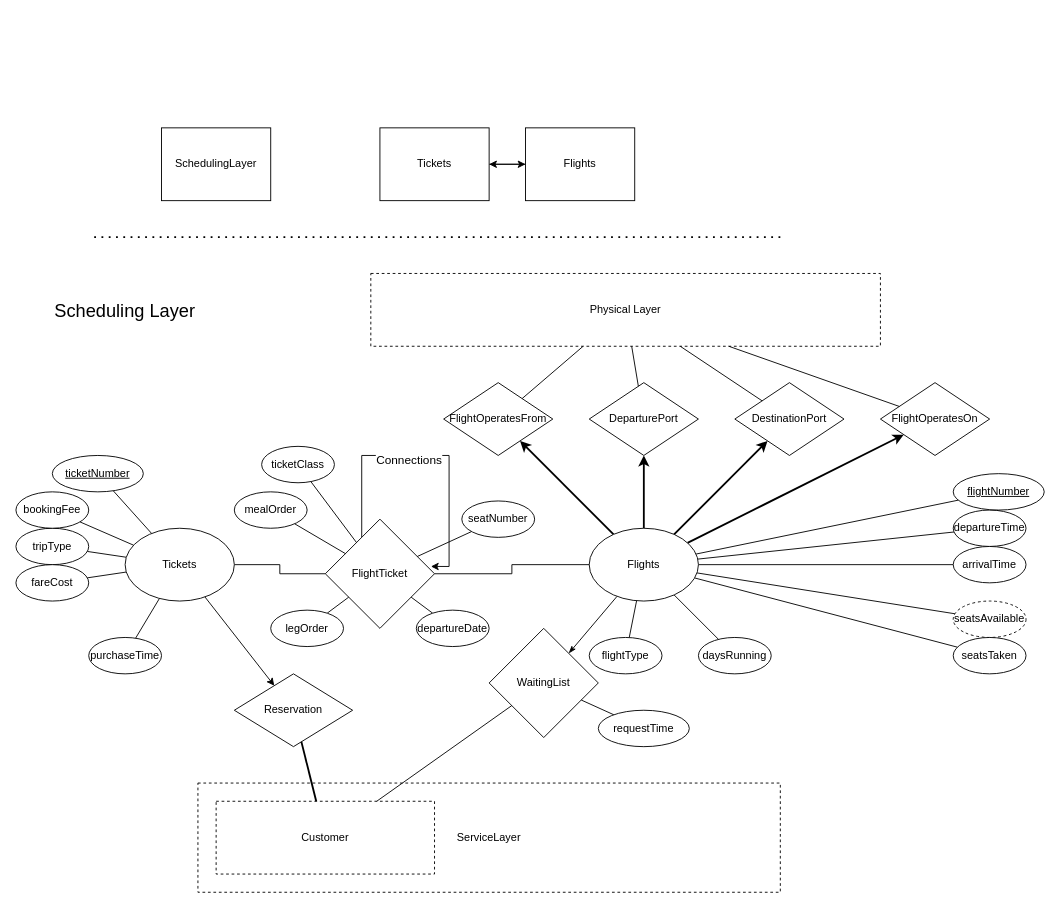
kyle4036/DatabaseManagement2026Project1 keeps this draw.io diagram as page "SchedulingLayer" (4 of 5) of ERDiagram.drawio. Above is the earlier version. Source tidied: cells renumbered, new cells numbered last; positions are measured from the earlier drawing's top-left corner, leaving out a move shared by most shapes. Both pictures are drawn from the tidied source at 91%, with x=0, y=0 at pixel (15, 127).
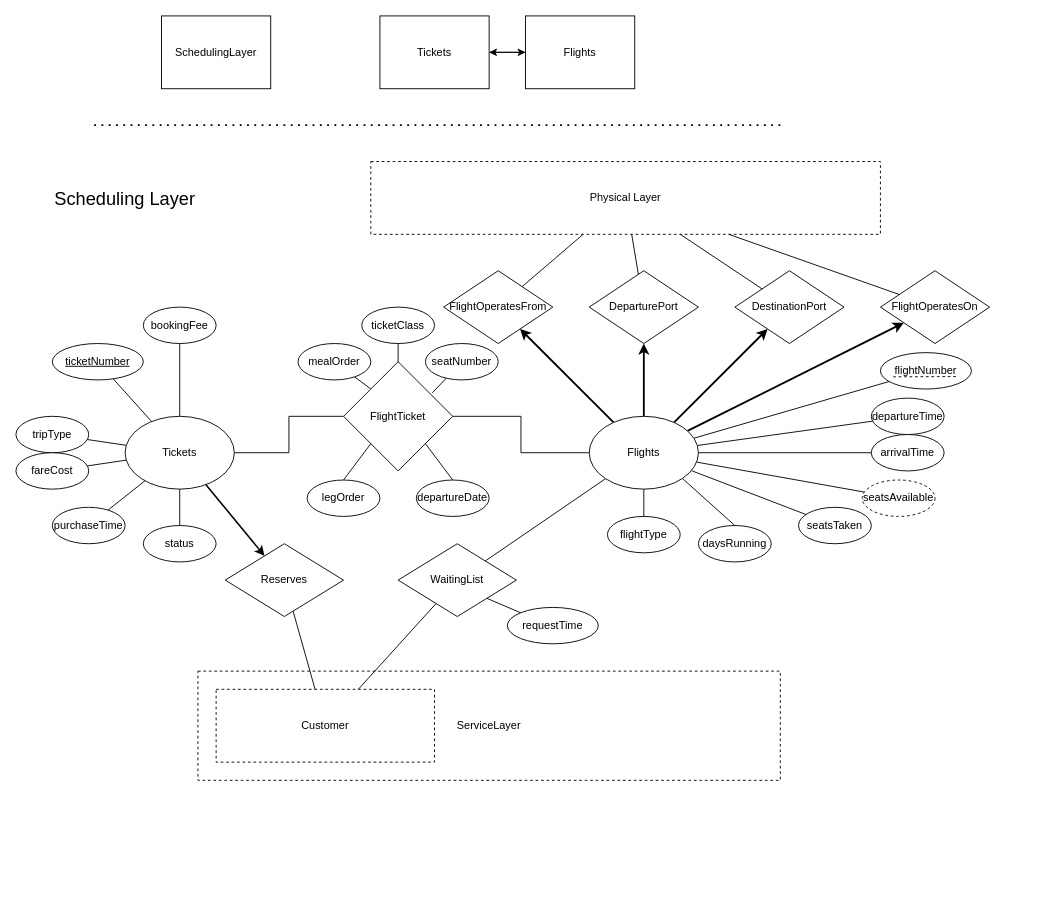
The same page after the edit.

The change refers to these unchanged cells:
```xml
<mxCell id="56" value="Customer" style="rounded=0;whiteSpace=wrap;html=1;dashed=1;" parent="54" vertex="1">
  <mxGeometry x="20" y="20" width="240" height="80" as="geometry" />
</mxCell>
```

The edit, as a diff of the source:
```diff
@@
     <mxCell id="3" value="Flights" style="whiteSpace=wrap;html=1;" parent="1" vertex="1">
-      <mxGeometry x="560" width="120" height="80" as="geometry" />
+      <mxGeometry x="560" y="-123" width="120" height="80" as="geometry" />
     </mxCell>
@@
     <mxCell id="5" value="Tickets" style="whiteSpace=wrap;html=1;" parent="1" vertex="1">
-      <mxGeometry x="400" width="120" height="80" as="geometry" />
+      <mxGeometry x="400" y="-123" width="120" height="80" as="geometry" />
     </mxCell>
     <mxCell id="6" value="SchedulingLayer" style="whiteSpace=wrap;html=1;" parent="1" vertex="1">
-      <mxGeometry x="160" width="120" height="80" as="geometry" />
+      <mxGeometry x="160" y="-123" width="120" height="80" as="geometry" />
     </mxCell>
     <mxCell id="7" style="endArrow=none;dashed=1;html=1;dashPattern=1 3;strokeWidth=2;rounded=0;" parent="1" edge="1">
       <mxGeometry relative="1" as="geometry">
-        <mxPoint x="840" y="120" as="sourcePoint" />
-        <mxPoint x="80" y="120" as="targetPoint" />
+        <mxPoint x="840" y="-3" as="sourcePoint" />
+        <mxPoint x="80" y="-3" as="targetPoint" />
       </mxGeometry>
     </mxCell>
     <mxCell id="8" value="&lt;font style=&quot;font-size: 20px;&quot;&gt;Scheduling Layer&lt;/font&gt;" style="text;html=1;whiteSpace=wrap;strokeColor=none;fillColor=none;align=center;verticalAlign=middle;rounded=0;" parent="1" vertex="1">
-      <mxGeometry x="40" y="160" width="160" height="80" as="geometry" />
+      <mxGeometry x="40" y="37" width="160" height="80" as="geometry" />
     </mxCell>
@@
-    <mxCell id="13" style="rounded=0;jettySize=auto;html=1;endArrow=none;endFill=0;" parent="1" edge="1" source="21" target="35">
-      <mxGeometry relative="1" as="geometry" />
-    </mxCell>
-    <mxCell id="14" style="rounded=0;jettySize=auto;html=1;endArrow=none;endFill=0;" parent="1" edge="1" source="21" target="36">
-      <mxGeometry relative="1" as="geometry" />
-    </mxCell>
@@
-    <mxCell id="20" style="rounded=0;jettySize=auto;html=1;endArrow=classicThin;endFill=1;" parent="1" edge="1" source="21" target="45">
+    <mxCell id="20" style="rounded=0;jettySize=auto;html=1;endArrow=none;endFill=0;" parent="1" edge="1" source="21" target="45">
       <mxGeometry relative="1" as="geometry" />
     </mxCell>
     <mxCell id="21" value="Flights" style="ellipse;whiteSpace=wrap;html=1;" parent="1" vertex="1">
-      <mxGeometry x="630" y="440" width="120" height="80" as="geometry" />
+      <mxGeometry x="630" y="317" width="120" height="80" as="geometry" />
     </mxCell>
@@
+    <mxCell id="75" style="rounded=0;jettySize=auto;html=1;endArrow=none;endFill=0;exitX=0.812;exitY=0.285;exitDx=0;exitDy=0;exitPerimeter=0;" parent="1" edge="1" source="42" target="64">
+      <mxGeometry relative="1" as="geometry" />
+    </mxCell>
@@
+    <mxCell id="76" style="rounded=0;jettySize=auto;html=1;endArrow=none;endFill=0;" parent="1" edge="1" source="42" target="66">
+      <mxGeometry relative="1" as="geometry" />
+    </mxCell>
+    <mxCell id="77" style="rounded=0;jettySize=auto;html=1;endArrow=none;endFill=0;exitX=0;exitY=0;exitDx=0;exitDy=0;" parent="1" edge="1" source="42" target="68">
+      <mxGeometry relative="1" as="geometry" />
+    </mxCell>
@@
     <mxCell id="28" value="Tickets" style="ellipse;whiteSpace=wrap;html=1;" parent="1" vertex="1">
-      <mxGeometry x="120" y="440" width="120" height="80" as="geometry" />
+      <mxGeometry x="120" y="317" width="120" height="80" as="geometry" />
     </mxCell>
     <mxCell id="29" value="Physical Layer" style="rounded=0;whiteSpace=wrap;html=1;dashed=1;" parent="1" vertex="1">
-      <mxGeometry x="390" y="160" width="560" height="80" as="geometry" />
+      <mxGeometry x="390" y="37" width="560" height="80" as="geometry" />
     </mxCell>
     <mxCell id="30" style="group;" parent="1" vertex="1">
-      <mxGeometry x="470" y="280" width="600" height="80" as="geometry" />
+      <mxGeometry x="470" y="157" width="600" height="80" as="geometry" />
     </mxCell>
@@
     <mxCell id="35" value="flightType" style="ellipse;whiteSpace=wrap;html=1;" parent="1" vertex="1">
-      <mxGeometry x="630" y="560" width="80" height="40" as="geometry" />
+      <mxGeometry x="650" y="427" width="80" height="40" as="geometry" />
     </mxCell>
     <mxCell id="36" value="daysRunning" style="ellipse;whiteSpace=wrap;html=1;" parent="1" vertex="1">
-      <mxGeometry x="750" y="560" width="80" height="40" as="geometry" />
+      <mxGeometry x="750" y="437" width="80" height="40" as="geometry" />
     </mxCell>
     <mxCell id="37" value="departureTime" style="ellipse;whiteSpace=wrap;html=1;" parent="1" vertex="1">
-      <mxGeometry x="1030" y="420" width="80" height="40" as="geometry" />
+      <mxGeometry x="940" y="297" width="80" height="40" as="geometry" />
     </mxCell>
     <mxCell id="38" value="arrivalTime" style="ellipse;whiteSpace=wrap;html=1;" parent="1" vertex="1">
-      <mxGeometry x="1030" y="460" width="80" height="40" as="geometry" />
+      <mxGeometry x="940" y="337" width="80" height="40" as="geometry" />
     </mxCell>
@@
-    <mxCell id="40" style="edgeStyle=orthogonalEdgeStyle;rounded=0;orthogonalLoop=1;jettySize=auto;html=1;entryX=0.967;entryY=0.433;entryDx=0;entryDy=0;entryPerimeter=0;" parent="1" edge="1" source="42" target="42">
-      <mxGeometry relative="1" as="geometry">
-        <Array as="points">
-          <mxPoint x="380" y="360" />
-          <mxPoint x="476" y="360" />
-        </Array>
-      </mxGeometry>
-    </mxCell>
-    <mxCell id="41" value="&lt;font style=&quot;font-size: 13px;&quot;&gt;Connections&lt;/font&gt;" style="edgeLabel;html=1;align=center;verticalAlign=middle;" parent="40" vertex="1">
-      <mxGeometry x="-0.14" y="-4" relative="1" as="geometry" />
-    </mxCell>
     <mxCell id="42" value="FlightTicket" style="rhombus;whiteSpace=wrap;html=1;" parent="1" vertex="1">
-      <mxGeometry x="340" y="430" width="120" height="120" as="geometry" />
+      <mxGeometry x="360" y="257" width="120" height="120" as="geometry" />
     </mxCell>
-    <mxCell id="43" value="seatsAvailable" style="ellipse;whiteSpace=wrap;html=1;dashed=1;" parent="1" vertex="1">
-      <mxGeometry x="1030" y="520" width="80" height="40" as="geometry" />
+    <mxCell id="43" value="seatsAvailable" style="ellipse;whiteSpace=wrap;html=1;fillStyle=hatch;dashed=1;" parent="1" vertex="1">
+      <mxGeometry x="930" y="387" width="80" height="40" as="geometry" />
     </mxCell>
     <mxCell id="44" value="seatsTaken" style="ellipse;whiteSpace=wrap;html=1;" parent="1" vertex="1">
-      <mxGeometry x="1030" y="560" width="80" height="40" as="geometry" />
+      <mxGeometry x="860" y="417" width="80" height="40" as="geometry" />
     </mxCell>
     <mxCell id="45" value="WaitingList" style="rhombus;whiteSpace=wrap;html=1;" parent="1" vertex="1">
-      <mxGeometry x="520" y="550" width="120" height="120" as="geometry" />
+      <mxGeometry x="420" y="457" width="130" height="80" as="geometry" />
     </mxCell>
@@
     <mxCell id="50" value="ticketNumber" style="ellipse;whiteSpace=wrap;html=1;align=center;fontStyle=4;" parent="1" vertex="1">
-      <mxGeometry x="40" y="360" width="100" height="40" as="geometry" />
+      <mxGeometry x="40" y="237" width="100" height="40" as="geometry" />
     </mxCell>
-    <mxCell id="51" value="flightNumber" style="ellipse;whiteSpace=wrap;html=1;align=center;fontStyle=4;" parent="1" vertex="1">
-      <mxGeometry x="1030" y="380" width="100" height="40" as="geometry" />
+    <mxCell id="51" value="flightNumber" style="ellipse;whiteSpace=wrap;html=1;align=center;fontStyle=0;" parent="1" vertex="1">
+      <mxGeometry x="950" y="247" width="100" height="40" as="geometry" />
     </mxCell>
     <mxCell id="52" value="tripType" style="ellipse;whiteSpace=wrap;html=1;" parent="1" vertex="1">
-      <mxGeometry y="440" width="80" height="40" as="geometry" />
+      <mxGeometry y="317" width="80" height="40" as="geometry" />
     </mxCell>
     <mxCell id="53" value="fareCost" style="ellipse;whiteSpace=wrap;html=1;" parent="1" vertex="1">
-      <mxGeometry y="480" width="80" height="40" as="geometry" />
+      <mxGeometry y="357" width="80" height="40" as="geometry" />
     </mxCell>
     <mxCell id="54" style="group;" parent="1" vertex="1">
-      <mxGeometry x="200" y="720" width="640" height="120" as="geometry" />
+      <mxGeometry x="200" y="597" width="640" height="120" as="geometry" />
     </mxCell>
@@
+    <mxCell id="64" value="seatNumber" style="ellipse;whiteSpace=wrap;html=1;" parent="1" vertex="1">
+      <mxGeometry x="450" y="237" width="80" height="40" as="geometry" />
+    </mxCell>
     <mxCell id="58" value="purchaseTime" style="ellipse;whiteSpace=wrap;html=1;" parent="1" vertex="1">
-      <mxGeometry x="80" y="560" width="80" height="40" as="geometry" />
+      <mxGeometry x="40" y="417" width="80" height="40" as="geometry" />
     </mxCell>
+    <mxCell id="66" value="ticketClass" style="ellipse;whiteSpace=wrap;html=1;" parent="1" vertex="1">
+      <mxGeometry x="380" y="197" width="80" height="40" as="geometry" />
+    </mxCell>
+    <mxCell id="68" value="mealOrder" style="ellipse;whiteSpace=wrap;html=1;" parent="1" vertex="1">
+      <mxGeometry x="310" y="237" width="80" height="40" as="geometry" />
+    </mxCell>
     <mxCell id="59" value="bookingFee" style="ellipse;whiteSpace=wrap;html=1;" parent="1" vertex="1">
-      <mxGeometry y="400" width="80" height="40" as="geometry" />
+      <mxGeometry x="140" y="197" width="80" height="40" as="geometry" />
     </mxCell>
-    <mxCell id="60" style="rounded=0;jettySize=auto;html=1;endArrow=none;endFill=0;startArrow=classic;startFill=1;" parent="1" edge="1" source="61" target="28">
+    <mxCell id="60" style="rounded=0;jettySize=auto;html=1;endArrow=none;endFill=0;startArrow=classic;startFill=1;strokeWidth=1.7;" parent="1" edge="1" source="61" target="28">
       <mxGeometry relative="1" as="geometry" />
     </mxCell>
-    <mxCell id="61" value="Reservation" style="rhombus;whiteSpace=wrap;html=1;" parent="1" vertex="1">
-      <mxGeometry x="240" y="600" width="130" height="80" as="geometry" />
+    <mxCell id="61" value="&lt;div&gt;Reserves&lt;/div&gt;" style="rhombus;whiteSpace=wrap;html=1;" parent="1" vertex="1">
+      <mxGeometry x="230" y="457" width="130" height="80" as="geometry" />
     </mxCell>
-    <mxCell id="62" style="rounded=0;jettySize=auto;html=1;endArrow=none;endFill=0;startArrow=none;startFill=0;strokeWidth=2;" parent="1" edge="1" source="56" target="61">
+    <mxCell id="62" style="rounded=0;jettySize=auto;html=1;endArrow=none;endFill=0;startArrow=none;startFill=0;" parent="1" edge="1" source="56" target="61">
       <mxGeometry relative="1" as="geometry" />
     </mxCell>
-    <mxCell id="63" style="rounded=0;jettySize=auto;html=1;endArrow=none;endFill=0;" parent="1" edge="1" source="64" target="42">
-      <mxGeometry relative="1" as="geometry" />
-    </mxCell>
-    <mxCell id="64" value="seatNumber" style="ellipse;whiteSpace=wrap;html=1;" parent="1" vertex="1">
-      <mxGeometry x="490" y="410" width="80" height="40" as="geometry" />
-    </mxCell>
-    <mxCell id="65" style="rounded=0;jettySize=auto;html=1;endArrow=none;endFill=0;" parent="1" edge="1" source="66" target="42">
-      <mxGeometry relative="1" as="geometry" />
-    </mxCell>
-    <mxCell id="66" value="ticketClass" style="ellipse;whiteSpace=wrap;html=1;" parent="1" vertex="1">
-      <mxGeometry x="270" y="350" width="80" height="40" as="geometry" />
-    </mxCell>
-    <mxCell id="67" style="rounded=0;jettySize=auto;html=1;endArrow=none;endFill=0;" parent="1" edge="1" source="68" target="42">
-      <mxGeometry relative="1" as="geometry" />
-    </mxCell>
-    <mxCell id="68" value="mealOrder" style="ellipse;whiteSpace=wrap;html=1;" parent="1" vertex="1">
-      <mxGeometry x="240" y="400" width="80" height="40" as="geometry" />
-    </mxCell>
-    <mxCell id="69" style="rounded=0;jettySize=auto;html=1;endArrow=none;endFill=0;" parent="1" edge="1" source="70" target="42">
-      <mxGeometry relative="1" as="geometry" />
-    </mxCell>
+    <mxCell id="14" style="rounded=0;jettySize=auto;html=1;endArrow=none;endFill=0;exitX=1;exitY=1;exitDx=0;exitDy=0;entryX=0.5;entryY=0;entryDx=0;entryDy=0;" parent="1" edge="1" source="21" target="36">
+      <mxGeometry relative="1" as="geometry" />
+    </mxCell>
+    <mxCell id="13" style="rounded=0;jettySize=auto;html=1;endArrow=none;endFill=0;exitX=0.5;exitY=1;exitDx=0;exitDy=0;entryX=0.5;entryY=0;entryDx=0;entryDy=0;" parent="1" edge="1" source="21" target="35">
+      <mxGeometry relative="1" as="geometry" />
+    </mxCell>
+    <mxCell id="78" style="rounded=0;orthogonalLoop=1;jettySize=auto;html=1;endArrow=none;endFill=0;dashed=1;" parent="1" edge="1">
+      <mxGeometry relative="1" as="geometry">
+        <mxPoint x="964" y="273.6" as="sourcePoint" />
+        <mxPoint x="1034" y="273.3" as="targetPoint" />
+      </mxGeometry>
+    </mxCell>
+    <mxCell id="79" value="status" style="ellipse;whiteSpace=wrap;html=1;" parent="1" vertex="1">
+      <mxGeometry x="140" y="437" width="80" height="40" as="geometry" />
+    </mxCell>
+    <mxCell id="80" style="rounded=0;jettySize=auto;html=1;endArrow=none;endFill=0;exitX=0.5;exitY=1;exitDx=0;exitDy=0;entryX=0.5;entryY=0;entryDx=0;entryDy=0;" parent="1" edge="1" source="28" target="79">
+      <mxGeometry relative="1" as="geometry" />
+    </mxCell>
     <mxCell id="70" value="legOrder" style="ellipse;whiteSpace=wrap;html=1;" parent="1" vertex="1">
-      <mxGeometry x="280" y="530" width="80" height="40" as="geometry" />
+      <mxGeometry x="320" y="387" width="80" height="40" as="geometry" />
     </mxCell>
+    <mxCell id="72" value="departureDate" style="ellipse;whiteSpace=wrap;html=1;" parent="1" vertex="1">
+      <mxGeometry x="440" y="387" width="80" height="40" as="geometry" />
+    </mxCell>
+    <mxCell id="81" style="rounded=0;jettySize=auto;html=1;endArrow=none;endFill=0;exitX=0;exitY=1;exitDx=0;exitDy=0;entryX=0.5;entryY=0;entryDx=0;entryDy=0;" parent="1" edge="1" source="42" target="70">
+      <mxGeometry relative="1" as="geometry" />
+    </mxCell>
-    <mxCell id="71" style="rounded=0;jettySize=auto;html=1;endArrow=none;endFill=0;" parent="1" edge="1" source="72" target="42">
+    <mxCell id="71" style="rounded=0;jettySize=auto;html=1;endArrow=none;endFill=0;exitX=0.5;exitY=0;exitDx=0;exitDy=0;entryX=1;entryY=1;entryDx=0;entryDy=0;" parent="1" edge="1" source="72" target="42">
       <mxGeometry relative="1" as="geometry" />
     </mxCell>
-    <mxCell id="72" value="departureDate" style="ellipse;whiteSpace=wrap;html=1;" parent="1" vertex="1">
-      <mxGeometry x="440" y="530" width="80" height="40" as="geometry" />
-    </mxCell>
-    <mxCell id="73" style="rounded=0;jettySize=auto;html=1;endArrow=none;endFill=0;" parent="1" edge="1" source="74" target="45">
-      <mxGeometry relative="1" as="geometry" />
-    </mxCell>
     <mxCell id="74" value="requestTime" style="ellipse;whiteSpace=wrap;html=1;align=center;fontStyle=0;" parent="1" vertex="1">
-      <mxGeometry x="640" y="640" width="100" height="40" as="geometry" />
+      <mxGeometry x="540" y="527" width="100" height="40" as="geometry" />
     </mxCell>
+    <mxCell id="82" style="rounded=0;jettySize=auto;html=1;endArrow=none;endFill=0;exitX=1;exitY=1;exitDx=0;exitDy=0;entryX=0;entryY=0;entryDx=0;entryDy=0;" parent="1" edge="1" source="45" target="74">
+      <mxGeometry relative="1" as="geometry" />
+    </mxCell>
```
